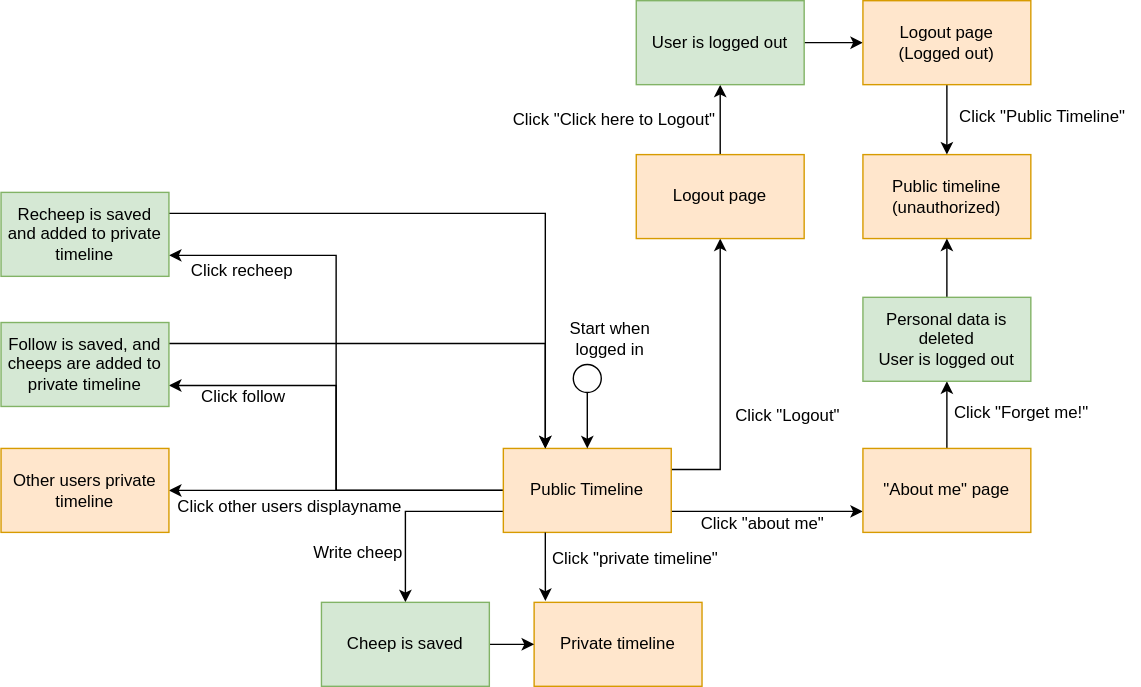
Before: docs/diagrams/AuthorizedUserActivities.drawio.svg, a diagram exported from draw.io (ITU-BDSA2024-GROUP14/Chirp). Source tidied: cells renumbered, new cells last; positions are measured from the earlier drawing's top-left corner, leaving out a move shared by most shapes. Source of this version:
```xml
<mxGraphModel>
  <root>
    <mxCell id="0" />
    <mxCell id="1" parent="0" />
    <mxCell id="2" style="edgeStyle=orthogonalEdgeStyle;rounded=0;jettySize=auto;html=1;exitX=0;exitY=0.5;exitDx=0;exitDy=0;entryX=1;entryY=0.5;entryDx=0;entryDy=0;" parent="1" edge="1" source="8" target="19">
      <mxGeometry relative="1" as="geometry" />
    </mxCell>
    <mxCell id="3" style="edgeStyle=orthogonalEdgeStyle;rounded=0;jettySize=auto;html=1;exitX=0;exitY=0.75;exitDx=0;exitDy=0;entryX=0.5;entryY=0;entryDx=0;entryDy=0;" parent="1" edge="1" source="8" target="22">
      <mxGeometry relative="1" as="geometry" />
    </mxCell>
    <mxCell id="4" style="edgeStyle=orthogonalEdgeStyle;rounded=0;jettySize=auto;html=1;exitX=0;exitY=0.5;exitDx=0;exitDy=0;entryX=1;entryY=0.75;entryDx=0;entryDy=0;" parent="1" edge="1" source="8" target="25">
      <mxGeometry relative="1" as="geometry" />
    </mxCell>
    <mxCell id="5" style="edgeStyle=orthogonalEdgeStyle;rounded=0;jettySize=auto;html=1;exitX=0;exitY=0.5;exitDx=0;exitDy=0;entryX=1;entryY=0.75;entryDx=0;entryDy=0;" parent="1" edge="1" source="8" target="29">
      <mxGeometry relative="1" as="geometry" />
    </mxCell>
    <mxCell id="6" style="edgeStyle=orthogonalEdgeStyle;rounded=0;jettySize=auto;html=1;exitX=1;exitY=0.75;exitDx=0;exitDy=0;entryX=0;entryY=0.75;entryDx=0;entryDy=0;" parent="1" edge="1" source="8" target="12">
      <mxGeometry relative="1" as="geometry" />
    </mxCell>
    <mxCell id="7" style="edgeStyle=orthogonalEdgeStyle;rounded=0;jettySize=auto;html=1;exitX=1;exitY=0.25;exitDx=0;exitDy=0;entryX=0.5;entryY=1;entryDx=0;entryDy=0;" parent="1" edge="1" source="8" target="34">
      <mxGeometry relative="1" as="geometry" />
    </mxCell>
    <mxCell id="8" value="Public Timeline" style="rounded=0;whiteSpace=wrap;html=1;fillColor=#ffe6cc;strokeColor=#d79b00;" parent="1" vertex="1">
      <mxGeometry x="359" y="320" width="120" height="60" as="geometry" />
    </mxCell>
    <mxCell id="9" style="edgeStyle=orthogonalEdgeStyle;rounded=0;jettySize=auto;html=1;exitX=0.5;exitY=1;exitDx=0;exitDy=0;entryX=0.5;entryY=0;entryDx=0;entryDy=0;" parent="1" edge="1" source="10" target="8">
      <mxGeometry relative="1" as="geometry" />
    </mxCell>
    <mxCell id="10" style="ellipse;whiteSpace=wrap;html=1;" parent="1" vertex="1">
      <mxGeometry x="409" y="260" width="20" height="20" as="geometry" />
    </mxCell>
    <mxCell id="11" style="edgeStyle=orthogonalEdgeStyle;rounded=0;jettySize=auto;html=1;exitX=0.5;exitY=0;exitDx=0;exitDy=0;entryX=0.5;entryY=1;entryDx=0;entryDy=0;" parent="1" edge="1" source="12" target="27">
      <mxGeometry relative="1" as="geometry" />
    </mxCell>
    <mxCell id="12" value="&quot;About me&quot; page" style="rounded=0;whiteSpace=wrap;html=1;fillColor=#ffe6cc;strokeColor=#d79b00;" parent="1" vertex="1">
      <mxGeometry x="616" y="320" width="120" height="60" as="geometry" />
    </mxCell>
    <mxCell id="13" value="Click &quot;about me&quot;" style="text;html=1;align=center;verticalAlign=middle;strokeColor=none;fillColor=none;" parent="1" vertex="1">
      <mxGeometry x="489" y="359" width="110" height="30" as="geometry" />
    </mxCell>
    <mxCell id="14" value="&lt;div&gt;Public timeline&lt;/div&gt;&lt;div&gt;(unauthorized)&lt;br&gt;&lt;/div&gt;" style="rounded=0;whiteSpace=wrap;html=1;fillColor=#ffe6cc;strokeColor=#d79b00;" parent="1" vertex="1">
      <mxGeometry x="616" y="110" width="120" height="60" as="geometry" />
    </mxCell>
    <mxCell id="15" value="&lt;div&gt;Click &quot;Forget me!&quot;&lt;/div&gt;" style="text;html=1;align=center;verticalAlign=middle;strokeColor=none;fillColor=none;" parent="1" vertex="1">
      <mxGeometry x="669" y="280" width="120" height="30" as="geometry" />
    </mxCell>
    <mxCell id="16" value="&lt;div&gt;Start when&lt;br&gt;&lt;/div&gt;&lt;div&gt;logged in&lt;/div&gt;" style="text;html=1;align=center;verticalAlign=middle;strokeColor=none;fillColor=none;" parent="1" vertex="1">
      <mxGeometry x="395" y="222" width="80" height="40" as="geometry" />
    </mxCell>
    <mxCell id="17" value="Private timeline" style="rounded=0;whiteSpace=wrap;html=1;fillColor=#ffe6cc;strokeColor=#d79b00;" parent="1" vertex="1">
      <mxGeometry x="381" y="430" width="120" height="60" as="geometry" />
    </mxCell>
    <mxCell id="18" value="Click &quot;private timeline&quot;" style="text;html=1;align=center;verticalAlign=middle;strokeColor=none;fillColor=none;" parent="1" vertex="1">
      <mxGeometry x="383" y="384" width="140" height="30" as="geometry" />
    </mxCell>
    <mxCell id="19" value="Other users private timeline" style="rounded=0;whiteSpace=wrap;html=1;fillColor=#ffe6cc;strokeColor=#d79b00;" parent="1" vertex="1">
      <mxGeometry y="320" width="120" height="60" as="geometry" />
    </mxCell>
    <mxCell id="20" value="Click other users displayname" style="text;html=1;align=center;verticalAlign=middle;strokeColor=none;fillColor=none;" parent="1" vertex="1">
      <mxGeometry x="116" y="347" width="180" height="30" as="geometry" />
    </mxCell>
    <mxCell id="21" style="edgeStyle=orthogonalEdgeStyle;rounded=0;jettySize=auto;html=1;exitX=1;exitY=0.5;exitDx=0;exitDy=0;entryX=0;entryY=0.5;entryDx=0;entryDy=0;" parent="1" edge="1" source="22" target="17">
      <mxGeometry relative="1" as="geometry" />
    </mxCell>
    <mxCell id="22" value="Cheep is saved" style="rounded=0;whiteSpace=wrap;html=1;fillColor=#d5e8d4;strokeColor=#82b366;" parent="1" vertex="1">
      <mxGeometry x="229" y="430" width="120" height="60" as="geometry" />
    </mxCell>
    <mxCell id="23" value="Write cheep" style="text;html=1;align=center;verticalAlign=middle;strokeColor=none;fillColor=none;" parent="1" vertex="1">
      <mxGeometry x="210" y="380" width="90" height="30" as="geometry" />
    </mxCell>
    <mxCell id="24" style="edgeStyle=orthogonalEdgeStyle;rounded=0;jettySize=auto;html=1;exitX=1;exitY=0.25;exitDx=0;exitDy=0;entryX=0.25;entryY=0;entryDx=0;entryDy=0;" parent="1" edge="1" source="25" target="8">
      <mxGeometry relative="1" as="geometry" />
    </mxCell>
    <mxCell id="25" value="Follow is saved, and cheeps are added to private timeline" style="rounded=0;whiteSpace=wrap;html=1;fillColor=#d5e8d4;strokeColor=#82b366;" parent="1" vertex="1">
      <mxGeometry y="230" width="120" height="60" as="geometry" />
    </mxCell>
    <mxCell id="26" style="edgeStyle=orthogonalEdgeStyle;rounded=0;jettySize=auto;html=1;exitX=0.5;exitY=0;exitDx=0;exitDy=0;entryX=0.5;entryY=1;entryDx=0;entryDy=0;" parent="1" edge="1" source="27" target="14">
      <mxGeometry relative="1" as="geometry" />
    </mxCell>
    <mxCell id="27" value="&lt;div&gt;Personal data is deleted&lt;/div&gt;&lt;div&gt;User is logged out&lt;br&gt;&lt;/div&gt;" style="rounded=0;whiteSpace=wrap;html=1;fillColor=#d5e8d4;strokeColor=#82b366;" parent="1" vertex="1">
      <mxGeometry x="616" y="212" width="120" height="60" as="geometry" />
    </mxCell>
    <mxCell id="28" style="edgeStyle=orthogonalEdgeStyle;rounded=0;jettySize=auto;html=1;exitX=1;exitY=0.25;exitDx=0;exitDy=0;entryX=0.25;entryY=0;entryDx=0;entryDy=0;" parent="1" edge="1" source="29" target="8">
      <mxGeometry relative="1" as="geometry" />
    </mxCell>
    <mxCell id="29" value="Recheep is saved and added to private timeline" style="rounded=0;whiteSpace=wrap;html=1;fillColor=#d5e8d4;strokeColor=#82b366;" parent="1" vertex="1">
      <mxGeometry y="137" width="120" height="60" as="geometry" />
    </mxCell>
    <mxCell id="30" value="Click follow" style="text;html=1;align=center;verticalAlign=middle;strokeColor=none;fillColor=none;" parent="1" vertex="1">
      <mxGeometry x="133" y="268" width="80" height="30" as="geometry" />
    </mxCell>
    <mxCell id="31" value="Click recheep" style="text;html=1;align=center;verticalAlign=middle;strokeColor=none;fillColor=none;" parent="1" vertex="1">
      <mxGeometry x="122" y="178" width="100" height="30" as="geometry" />
    </mxCell>
    <mxCell id="32" style="edgeStyle=orthogonalEdgeStyle;rounded=0;jettySize=auto;html=1;exitX=0.25;exitY=1;exitDx=0;exitDy=0;entryX=0.067;entryY=-0.017;entryDx=0;entryDy=0;entryPerimeter=0;" parent="1" edge="1" source="8" target="17">
      <mxGeometry relative="1" as="geometry" />
    </mxCell>
    <mxCell id="33" style="edgeStyle=orthogonalEdgeStyle;rounded=0;jettySize=auto;html=1;exitX=0.5;exitY=0;exitDx=0;exitDy=0;entryX=0.5;entryY=1;entryDx=0;entryDy=0;" parent="1" edge="1" source="34" target="37">
      <mxGeometry relative="1" as="geometry" />
    </mxCell>
    <mxCell id="34" value="Logout page" style="rounded=0;whiteSpace=wrap;html=1;fillColor=#ffe6cc;strokeColor=#d79b00;" parent="1" vertex="1">
      <mxGeometry x="454" y="110" width="120" height="60" as="geometry" />
    </mxCell>
    <mxCell id="35" value="Click &quot;Logout&quot;" style="text;html=1;align=center;verticalAlign=middle;strokeColor=none;fillColor=none;" parent="1" vertex="1">
      <mxGeometry x="512" y="282" width="100" height="30" as="geometry" />
    </mxCell>
    <mxCell id="36" style="edgeStyle=orthogonalEdgeStyle;rounded=0;jettySize=auto;html=1;exitX=1;exitY=0.5;exitDx=0;exitDy=0;entryX=0;entryY=0.5;entryDx=0;entryDy=0;" parent="1" edge="1" source="37" target="40">
      <mxGeometry relative="1" as="geometry" />
    </mxCell>
    <mxCell id="37" value="User is logged out" style="rounded=0;whiteSpace=wrap;html=1;fillColor=#d5e8d4;strokeColor=#82b366;" parent="1" vertex="1">
      <mxGeometry x="454" width="120" height="60" as="geometry" />
    </mxCell>
    <mxCell id="38" value="Click &quot;Click here to Logout&quot;" style="text;html=1;align=center;verticalAlign=middle;strokeColor=none;fillColor=none;" parent="1" vertex="1">
      <mxGeometry x="353" y="70" width="170" height="30" as="geometry" />
    </mxCell>
    <mxCell id="39" style="edgeStyle=orthogonalEdgeStyle;rounded=0;jettySize=auto;html=1;exitX=0.5;exitY=1;exitDx=0;exitDy=0;entryX=0.5;entryY=0;entryDx=0;entryDy=0;" parent="1" edge="1" source="40" target="14">
      <mxGeometry relative="1" as="geometry" />
    </mxCell>
    <mxCell id="40" value="&lt;div&gt;Logout page&lt;/div&gt;&lt;div&gt;(Logged out)&lt;br&gt;&lt;/div&gt;" style="rounded=0;whiteSpace=wrap;html=1;fillColor=#ffe6cc;strokeColor=#d79b00;" parent="1" vertex="1">
      <mxGeometry x="616" width="120" height="60" as="geometry" />
    </mxCell>
    <mxCell id="41" value="Click &quot;Public Timeline&quot;" style="text;html=1;align=center;verticalAlign=middle;strokeColor=none;fillColor=none;" parent="1" vertex="1">
      <mxGeometry x="674" y="68" width="140" height="30" as="geometry" />
    </mxCell>
  </root>
</mxGraphModel>
```
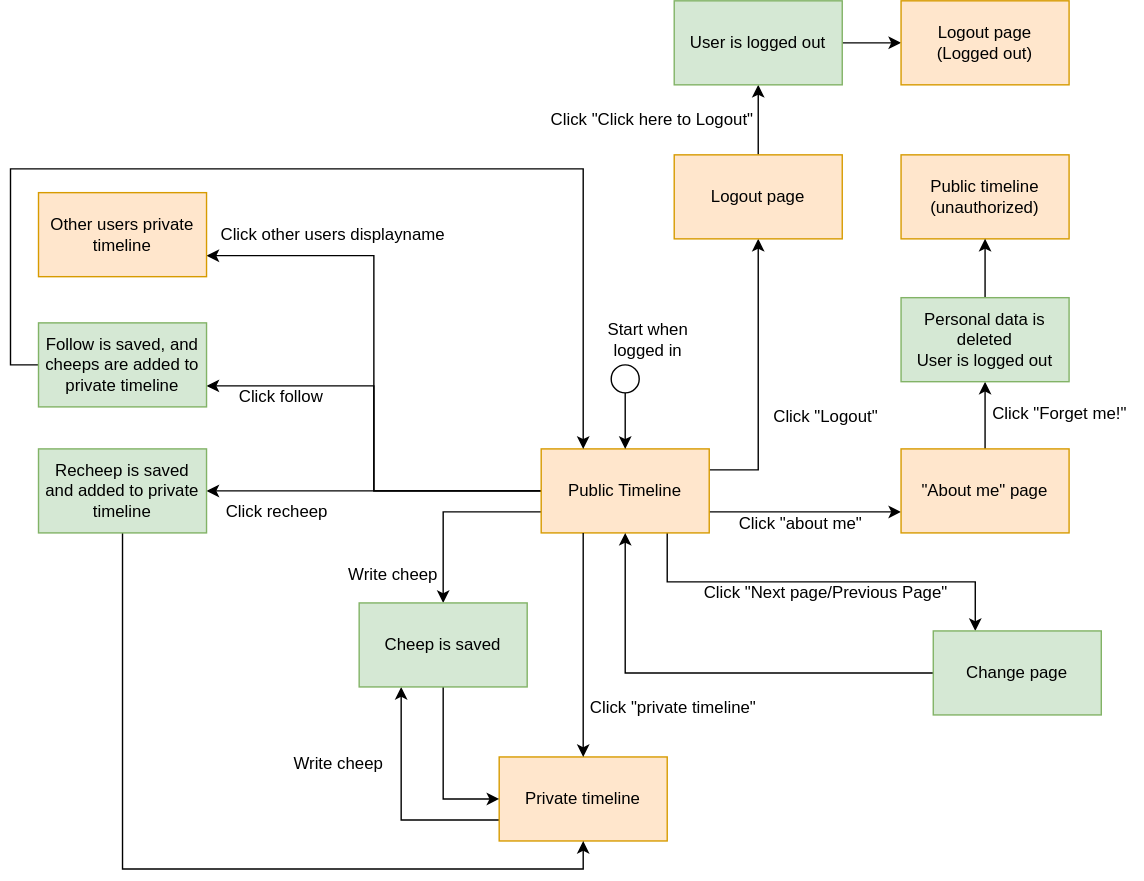
The same file after the commit.

Commit message:
Changed authorized user activity diagram

Change to the diagram source:
```diff
@@ -20,6 +20,9 @@
     <mxCell id="7" style="edgeStyle=orthogonalEdgeStyle;rounded=0;jettySize=auto;html=1;exitX=1;exitY=0.25;exitDx=0;exitDy=0;entryX=0.5;entryY=1;entryDx=0;entryDy=0;" parent="1" edge="1" source="8" target="34">
       <mxGeometry relative="1" as="geometry" />
     </mxCell>
+    <mxCell id="42" style="edgeStyle=orthogonalEdgeStyle;rounded=0;jettySize=auto;html=1;exitX=0.75;exitY=1;exitDx=0;exitDy=0;entryX=0.25;entryY=0;entryDx=0;entryDy=0;" parent="1" edge="1" source="8" target="46">
+      <mxGeometry relative="1" as="geometry" />
+    </mxCell>
     <mxCell id="8" value="Public Timeline" style="rounded=0;whiteSpace=wrap;html=1;fillColor=#ffe6cc;strokeColor=#d79b00;" parent="1" vertex="1">
       <mxGeometry x="359" y="320" width="120" height="60" as="geometry" />
     </mxCell>
@@ -47,29 +50,41 @@
     <mxCell id="16" value="&lt;div&gt;Start when&lt;br&gt;&lt;/div&gt;&lt;div&gt;logged in&lt;/div&gt;" style="text;html=1;align=center;verticalAlign=middle;strokeColor=none;fillColor=none;" parent="1" vertex="1">
       <mxGeometry x="395" y="222" width="80" height="40" as="geometry" />
     </mxCell>
+    <mxCell id="43" style="edgeStyle=orthogonalEdgeStyle;rounded=0;jettySize=auto;html=1;exitX=0;exitY=0.75;exitDx=0;exitDy=0;entryX=0.25;entryY=1;entryDx=0;entryDy=0;" parent="1" edge="1" source="17" target="22">
+      <mxGeometry relative="1" as="geometry" />
+    </mxCell>
     <mxCell id="17" value="Private timeline" style="rounded=0;whiteSpace=wrap;html=1;fillColor=#ffe6cc;strokeColor=#d79b00;" parent="1" vertex="1">
-      <mxGeometry x="381" y="430" width="120" height="60" as="geometry" />
+      <mxGeometry x="329" y="540" width="120" height="60" as="geometry" />
     </mxCell>
     <mxCell id="18" value="Click &quot;private timeline&quot;" style="text;html=1;align=center;verticalAlign=middle;strokeColor=none;fillColor=none;" parent="1" vertex="1">
-      <mxGeometry x="383" y="384" width="140" height="30" as="geometry" />
+      <mxGeometry x="383" y="490" width="140" height="30" as="geometry" />
     </mxCell>
+    <mxCell id="44" style="edgeStyle=orthogonalEdgeStyle;rounded=0;jettySize=auto;html=1;exitX=0.5;exitY=1;exitDx=0;exitDy=0;entryX=0.5;entryY=1;entryDx=0;entryDy=0;" parent="1" edge="1" source="19" target="17">
+      <mxGeometry relative="1" as="geometry" />
+    </mxCell>
-    <mxCell id="19" value="Other users private timeline" style="rounded=0;whiteSpace=wrap;html=1;fillColor=#ffe6cc;strokeColor=#d79b00;" parent="1" vertex="1">
+    <mxCell id="19" value="Recheep is saved and added to private timeline" style="rounded=0;whiteSpace=wrap;html=1;fillColor=#d5e8d4;strokeColor=#82b366;" parent="1" vertex="1">
       <mxGeometry y="320" width="120" height="60" as="geometry" />
     </mxCell>
     <mxCell id="20" value="Click other users displayname" style="text;html=1;align=center;verticalAlign=middle;strokeColor=none;fillColor=none;" parent="1" vertex="1">
-      <mxGeometry x="116" y="347" width="180" height="30" as="geometry" />
+      <mxGeometry x="120" y="152" width="180" height="30" as="geometry" />
     </mxCell>
-    <mxCell id="21" style="edgeStyle=orthogonalEdgeStyle;rounded=0;jettySize=auto;html=1;exitX=1;exitY=0.5;exitDx=0;exitDy=0;entryX=0;entryY=0.5;entryDx=0;entryDy=0;" parent="1" edge="1" source="22" target="17">
+    <mxCell id="21" style="edgeStyle=orthogonalEdgeStyle;rounded=0;jettySize=auto;html=1;exitX=0.5;exitY=1;exitDx=0;exitDy=0;entryX=0;entryY=0.5;entryDx=0;entryDy=0;" parent="1" edge="1" source="22" target="17">
       <mxGeometry relative="1" as="geometry" />
     </mxCell>
     <mxCell id="22" value="Cheep is saved" style="rounded=0;whiteSpace=wrap;html=1;fillColor=#d5e8d4;strokeColor=#82b366;" parent="1" vertex="1">
       <mxGeometry x="229" y="430" width="120" height="60" as="geometry" />
     </mxCell>
     <mxCell id="23" value="Write cheep" style="text;html=1;align=center;verticalAlign=middle;strokeColor=none;fillColor=none;" parent="1" vertex="1">
-      <mxGeometry x="210" y="380" width="90" height="30" as="geometry" />
+      <mxGeometry x="208" y="395" width="90" height="30" as="geometry" />
     </mxCell>
-    <mxCell id="24" style="edgeStyle=orthogonalEdgeStyle;rounded=0;jettySize=auto;html=1;exitX=1;exitY=0.25;exitDx=0;exitDy=0;entryX=0.25;entryY=0;entryDx=0;entryDy=0;" parent="1" edge="1" source="25" target="8">
-      <mxGeometry relative="1" as="geometry" />
+    <mxCell id="24" style="edgeStyle=orthogonalEdgeStyle;rounded=0;jettySize=auto;html=1;exitX=0;exitY=0.5;exitDx=0;exitDy=0;entryX=0.25;entryY=0;entryDx=0;entryDy=0;" parent="1" edge="1" source="25" target="8">
+      <mxGeometry relative="1" as="geometry">
+        <Array as="points">
+          <mxPoint x="-20" y="260" />
+          <mxPoint x="-20" y="120" />
+          <mxPoint x="389" y="120" />
+        </Array>
+      </mxGeometry>
     </mxCell>
     <mxCell id="25" value="Follow is saved, and cheeps are added to private timeline" style="rounded=0;whiteSpace=wrap;html=1;fillColor=#d5e8d4;strokeColor=#82b366;" parent="1" vertex="1">
       <mxGeometry y="230" width="120" height="60" as="geometry" />
@@ -80,19 +95,16 @@
     <mxCell id="27" value="&lt;div&gt;Personal data is deleted&lt;/div&gt;&lt;div&gt;User is logged out&lt;br&gt;&lt;/div&gt;" style="rounded=0;whiteSpace=wrap;html=1;fillColor=#d5e8d4;strokeColor=#82b366;" parent="1" vertex="1">
       <mxGeometry x="616" y="212" width="120" height="60" as="geometry" />
     </mxCell>
-    <mxCell id="28" style="edgeStyle=orthogonalEdgeStyle;rounded=0;jettySize=auto;html=1;exitX=1;exitY=0.25;exitDx=0;exitDy=0;entryX=0.25;entryY=0;entryDx=0;entryDy=0;" parent="1" edge="1" source="29" target="8">
-      <mxGeometry relative="1" as="geometry" />
-    </mxCell>
-    <mxCell id="29" value="Recheep is saved and added to private timeline" style="rounded=0;whiteSpace=wrap;html=1;fillColor=#d5e8d4;strokeColor=#82b366;" parent="1" vertex="1">
+    <mxCell id="29" value="Other users private timeline" style="rounded=0;whiteSpace=wrap;html=1;fillColor=#ffe6cc;strokeColor=#d79b00;" parent="1" vertex="1">
       <mxGeometry y="137" width="120" height="60" as="geometry" />
     </mxCell>
     <mxCell id="30" value="Click follow" style="text;html=1;align=center;verticalAlign=middle;strokeColor=none;fillColor=none;" parent="1" vertex="1">
       <mxGeometry x="133" y="268" width="80" height="30" as="geometry" />
     </mxCell>
     <mxCell id="31" value="Click recheep" style="text;html=1;align=center;verticalAlign=middle;strokeColor=none;fillColor=none;" parent="1" vertex="1">
-      <mxGeometry x="122" y="178" width="100" height="30" as="geometry" />
+      <mxGeometry x="120" y="350" width="100" height="30" as="geometry" />
     </mxCell>
-    <mxCell id="32" style="edgeStyle=orthogonalEdgeStyle;rounded=0;jettySize=auto;html=1;exitX=0.25;exitY=1;exitDx=0;exitDy=0;entryX=0.067;entryY=-0.017;entryDx=0;entryDy=0;entryPerimeter=0;" parent="1" edge="1" source="8" target="17">
+    <mxCell id="32" style="edgeStyle=orthogonalEdgeStyle;rounded=0;jettySize=auto;html=1;exitX=0.25;exitY=1;exitDx=0;exitDy=0;entryX=0.5;entryY=0;entryDx=0;entryDy=0;" parent="1" edge="1" source="8" target="17">
       <mxGeometry relative="1" as="geometry" />
     </mxCell>
     <mxCell id="33" style="edgeStyle=orthogonalEdgeStyle;rounded=0;jettySize=auto;html=1;exitX=0.5;exitY=0;exitDx=0;exitDy=0;entryX=0.5;entryY=1;entryDx=0;entryDy=0;" parent="1" edge="1" source="34" target="37">
@@ -113,14 +125,20 @@
     <mxCell id="38" value="Click &quot;Click here to Logout&quot;" style="text;html=1;align=center;verticalAlign=middle;strokeColor=none;fillColor=none;" parent="1" vertex="1">
       <mxGeometry x="353" y="70" width="170" height="30" as="geometry" />
     </mxCell>
-    <mxCell id="39" style="edgeStyle=orthogonalEdgeStyle;rounded=0;jettySize=auto;html=1;exitX=0.5;exitY=1;exitDx=0;exitDy=0;entryX=0.5;entryY=0;entryDx=0;entryDy=0;" parent="1" edge="1" source="40" target="14">
-      <mxGeometry relative="1" as="geometry" />
-    </mxCell>
     <mxCell id="40" value="&lt;div&gt;Logout page&lt;/div&gt;&lt;div&gt;(Logged out)&lt;br&gt;&lt;/div&gt;" style="rounded=0;whiteSpace=wrap;html=1;fillColor=#ffe6cc;strokeColor=#d79b00;" parent="1" vertex="1">
       <mxGeometry x="616" width="120" height="60" as="geometry" />
     </mxCell>
-    <mxCell id="41" value="Click &quot;Public Timeline&quot;" style="text;html=1;align=center;verticalAlign=middle;strokeColor=none;fillColor=none;" parent="1" vertex="1">
-      <mxGeometry x="674" y="68" width="140" height="30" as="geometry" />
-    </mxCell>
+    <mxCell id="45" style="edgeStyle=orthogonalEdgeStyle;rounded=0;jettySize=auto;html=1;exitX=0;exitY=0.5;exitDx=0;exitDy=0;entryX=0.5;entryY=1;entryDx=0;entryDy=0;" parent="1" edge="1" source="46" target="8">
+      <mxGeometry relative="1" as="geometry" />
+    </mxCell>
+    <mxCell id="46" value="Change page " style="rounded=0;whiteSpace=wrap;html=1;fillColor=#d5e8d4;strokeColor=#82b366;" parent="1" vertex="1">
+      <mxGeometry x="639" y="450" width="120" height="60" as="geometry" />
+    </mxCell>
+    <mxCell id="47" value="Click &quot;Next page/Previous Page&quot;" style="text;html=1;align=center;verticalAlign=middle;strokeColor=none;fillColor=none;" parent="1" vertex="1">
+      <mxGeometry x="462" y="408" width="200" height="30" as="geometry" />
+    </mxCell>
+    <mxCell id="48" value="Write cheep" style="text;html=1;align=center;verticalAlign=middle;strokeColor=none;fillColor=none;" parent="1" vertex="1">
+      <mxGeometry x="169" y="530" width="90" height="30" as="geometry" />
+    </mxCell>
   </root>
 </mxGraphModel>
```
